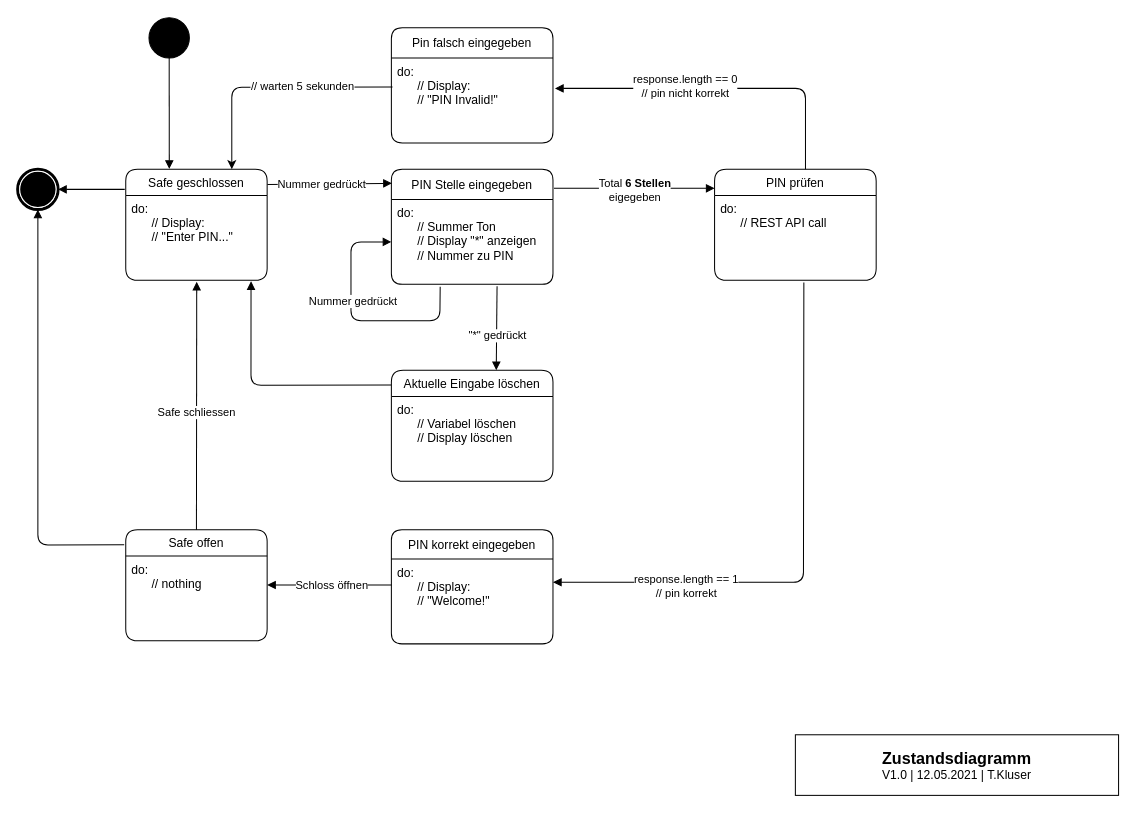
Above: files/originalFiles/05_Zustandsdiagramm.drawio in timokluser-dev/GBS_M121_Hotel-Safe (draw.io), before the change. Source tidied: cells renumbered, new cells numbered last; positions are measured from the earlier drawing's top-left corner, leaving out a move shared by most shapes. Both pictures are drawn from the tidied source at 101%, with x=0, y=0 at pixel (17, 17).
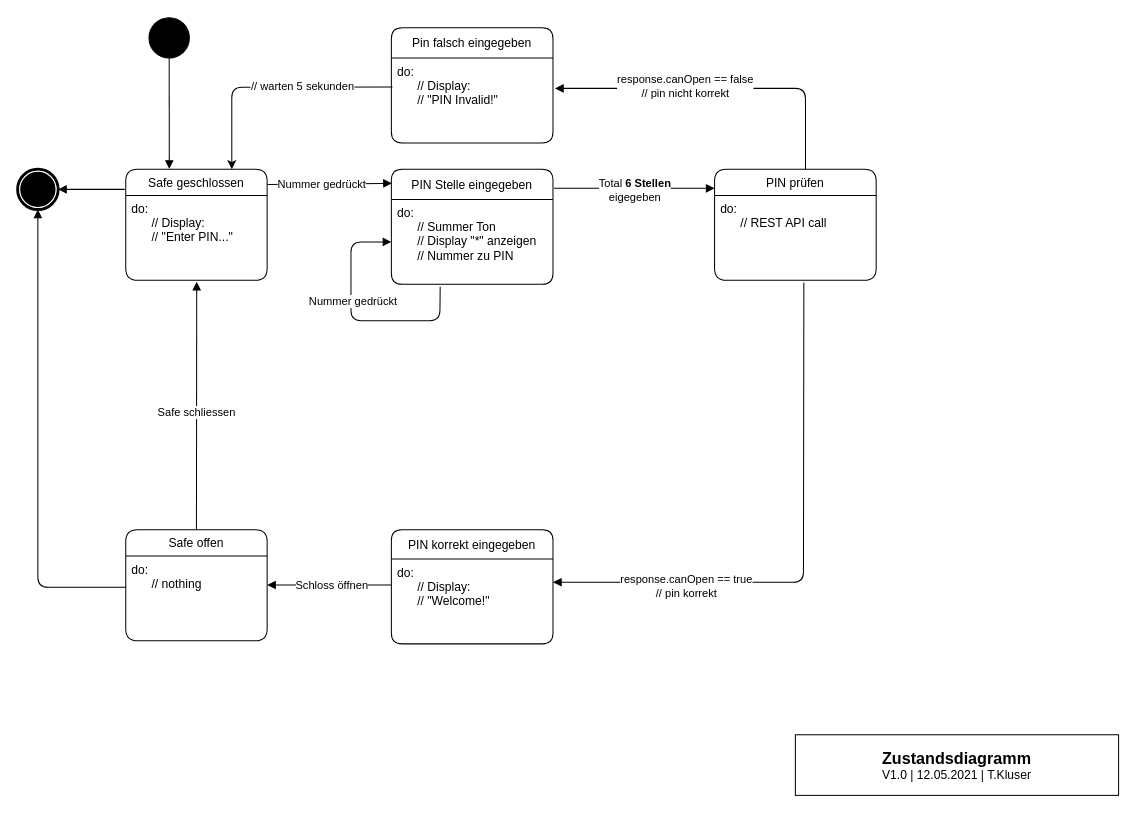
The same page after the edit.

Unchanged cells that the change refers to:
```xml
<mxCell id="4" style="shape=mxgraph.bpmn.shape;html=1;verticalLabelPosition=bottom;labelBackgroundColor=#ffffff;verticalAlign=top;perimeter=ellipsePerimeter;outline=end;symbol=terminate;rounded=0;shadow=0;comic=0;strokeWidth=1;fontFamily=Verdana;fontSize=12;align=center;" parent="1" vertex="1">
  <mxGeometry y="150" width="40" height="40" as="geometry" />
</mxCell>
<mxCell id="6" value="do:&#10;      // Display:&#10;      // &quot;Enter PIN...&quot;" style="text;strokeColor=none;fillColor=none;align=left;verticalAlign=top;spacingLeft=4;spacingRight=4;overflow=hidden;points=[[0,0.5],[1,0.5]];portConstraint=eastwest;" parent="5" vertex="1">
  <mxGeometry y="26" width="140" height="84" as="geometry" />
</mxCell>
<mxCell id="7" value="Safe offen" style="swimlane;fontStyle=0;horizontal=1;startSize=26;fillColor=none;rounded=1;" parent="1" vertex="1">
  <mxGeometry x="107" y="507" width="140" height="110" as="geometry" />
</mxCell>
<mxCell id="8" value="do:&#10;      // nothing" style="text;strokeColor=none;fillColor=none;align=left;verticalAlign=top;spacingLeft=4;spacingRight=4;overflow=hidden;points=[[0,0.5],[1,0.5]];portConstraint=eastwest;" parent="7" vertex="1">
  <mxGeometry y="26" width="140" height="84" as="geometry" />
</mxCell>
<mxCell id="14" style="endArrow=none;html=1;entryX=0.5;entryY=0;entryDx=0;entryDy=0;startArrow=block;startFill=1;endFill=0;" parent="1" edge="1">
  <mxGeometry relative="1" as="geometry">
    <mxPoint x="532" y="70" as="sourcePoint" />
    <mxPoint x="780" y="150" as="targetPoint" />
    <Array as="points">
      <mxPoint x="780" y="70" />
    </Array>
  </mxGeometry>
</mxCell>
<mxCell id="21" value="do:&#10;      // Summer Ton&#10;      // Display &quot;*&quot; anzeigen&#10;      // Nummer zu PIN" style="text;strokeColor=none;fillColor=none;align=left;verticalAlign=top;spacingLeft=4;spacingRight=4;overflow=hidden;points=[[0,0.5],[1,0.5]];portConstraint=eastwest;" parent="20" vertex="1">
  <mxGeometry y="30" width="160" height="84" as="geometry" />
</mxCell>
<mxCell id="37" style="endArrow=block;html=1;exitX=0.49;exitY=1.026;exitDx=0;exitDy=0;exitPerimeter=0;endFill=1;" parent="1" edge="1">
  <mxGeometry relative="1" as="geometry">
    <mxPoint x="778.4" y="262.2" as="sourcePoint" />
    <mxPoint x="530" y="559" as="targetPoint" />
    <Array as="points">
      <mxPoint x="778" y="559" />
    </Array>
  </mxGeometry>
</mxCell>
```

What changed in the source:
```diff
@@
-    <mxCell id="15" value="response.length == 0&lt;br&gt;// pin nicht korrekt" style="edgeLabel;html=1;align=center;verticalAlign=middle;" parent="14" vertex="1">
+    <mxCell id="15" value="response.canOpen == false&lt;br&gt;// pin nicht korrekt" style="edgeLabel;html=1;align=center;verticalAlign=middle;" parent="14" vertex="1">
       <mxGeometry x="0.29" y="-1" relative="1" as="geometry">
         <mxPoint x="-84" y="-4" as="offset" />
       </mxGeometry>
     </mxCell>
@@
-    <mxCell id="18" style="endArrow=block;html=1;exitX=-0.011;exitY=0.136;exitDx=0;exitDy=0;entryX=0.5;entryY=1;entryDx=0;entryDy=0;endFill=1;exitPerimeter=0;" parent="1" edge="1" source="7" target="4">
+    <mxCell id="18" style="endArrow=block;html=1;exitX=0.004;exitY=0.369;exitDx=0;exitDy=0;entryX=0.5;entryY=1;entryDx=0;entryDy=0;endFill=1;exitPerimeter=0;" parent="1" edge="1" source="8" target="4">
       <mxGeometry relative="1" as="geometry">
         <Array as="points">
-          <mxPoint x="20" y="522" />
+          <mxPoint x="20" y="564" />
         </Array>
       </mxGeometry>
     </mxCell>
@@
-    <mxCell id="26" value="Aktuelle Eingabe löschen" style="swimlane;fontStyle=0;horizontal=1;startSize=26;fillColor=none;rounded=1;" parent="1" vertex="1">
-      <mxGeometry x="370" y="349" width="160" height="110" as="geometry" />
-    </mxCell>
-    <mxCell id="27" value="do:&#10;      // Variabel löschen&#10;      // Display löschen" style="text;strokeColor=none;fillColor=none;align=left;verticalAlign=top;spacingLeft=4;spacingRight=4;overflow=hidden;" parent="26" vertex="1">
-      <mxGeometry y="26" width="160" height="84" as="geometry" />
-    </mxCell>
-    <mxCell id="28" style="endArrow=block;html=1;endFill=1;exitX=0.654;exitY=1.024;exitDx=0;exitDy=0;exitPerimeter=0;entryX=0.649;entryY=0.001;entryDx=0;entryDy=0;entryPerimeter=0;" parent="1" edge="1" source="21" target="26">
-      <mxGeometry relative="1" as="geometry" />
-    </mxCell>
-    <mxCell id="29" value="&quot;*&quot; gedrückt" style="edgeLabel;html=1;align=center;verticalAlign=middle;" parent="28" vertex="1">
-      <mxGeometry x="0.15" relative="1" as="geometry" />
-    </mxCell>
-    <mxCell id="30" style="endArrow=block;html=1;endFill=1;exitX=-0.001;exitY=0.134;exitDx=0;exitDy=0;exitPerimeter=0;entryX=0.886;entryY=1.011;entryDx=0;entryDy=0;entryPerimeter=0;" parent="1" edge="1" source="26" target="6">
-      <mxGeometry relative="1" as="geometry">
-        <Array as="points">
-          <mxPoint x="231" y="364" />
-        </Array>
-      </mxGeometry>
-    </mxCell>
@@
-    <mxCell id="38" value="response.length == 1&lt;br&gt;// pin korrekt" style="edgeLabel;html=1;align=center;verticalAlign=middle;" parent="37" vertex="1">
+    <mxCell id="38" value="response.canOpen == true&lt;br&gt;// pin korrekt" style="edgeLabel;html=1;align=center;verticalAlign=middle;" parent="37" vertex="1">
       <mxGeometry x="0.29" y="-1" relative="1" as="geometry">
         <mxPoint x="-62.8" y="4" as="offset" />
       </mxGeometry>
     </mxCell>
```
